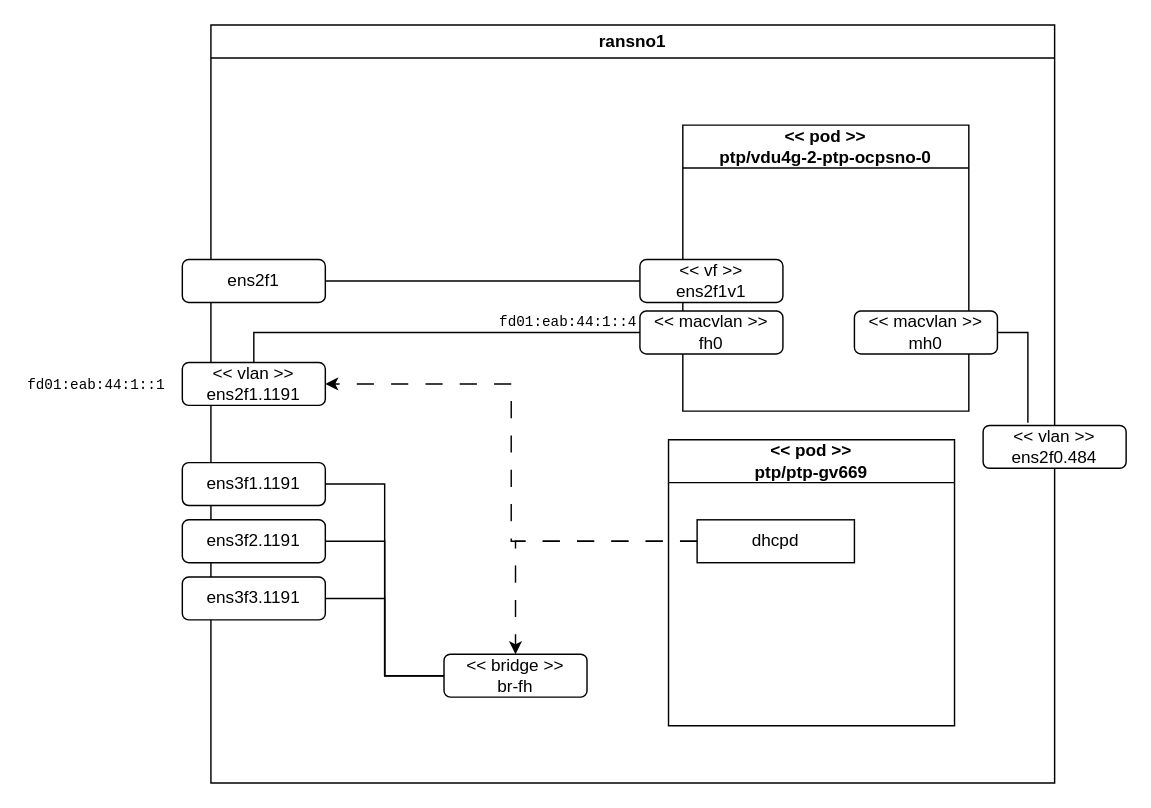
zeeke/public-data keeps this draw.io diagram as diagram/bug-18861.drawio. Above is the earlier version. Source tidied: cells renumbered, new cells numbered last; positions are measured from the earlier drawing's top-left corner, leaving out a move shared by most shapes. Both pictures are drawn from the tidied source at 143%, with x=0, y=0 at pixel (24, 24).
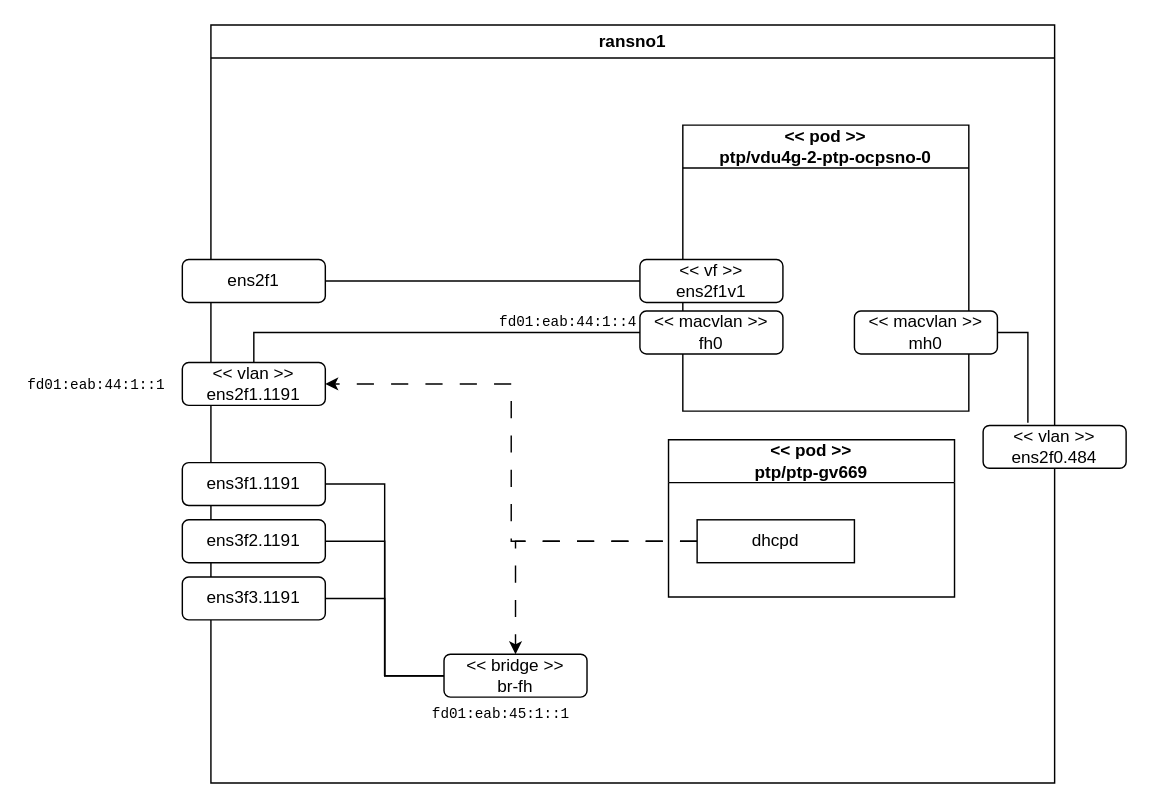
The same diagram, later.

The change refers to these unchanged cells:
```xml
<mxCell id="2" value="ransno1" style="swimlane;whiteSpace=wrap;html=1;" parent="1" vertex="1">
  <mxGeometry x="130" width="590" height="530" as="geometry" />
</mxCell>
```

The edit, as a diff of the source:
```diff
@@
     <mxCell id="21" value="&amp;lt;&amp;lt; pod &amp;gt;&amp;gt;&lt;br&gt;ptp/ptp-gv669" style="swimlane;whiteSpace=wrap;html=1;startSize=30;" parent="2" vertex="1">
-      <mxGeometry x="320" y="290" width="200" height="200" as="geometry" />
+      <mxGeometry x="320" y="290" width="200" height="110" as="geometry" />
     </mxCell>
@@
+    <mxCell id="26" value="fd01:eab:45:1::1" style="text;whiteSpace=wrap;fontFamily=Courier New;fontSize=10;" parent="2" vertex="1">
+      <mxGeometry x="153" y="470" width="120" height="40" as="geometry" />
+    </mxCell>
```
